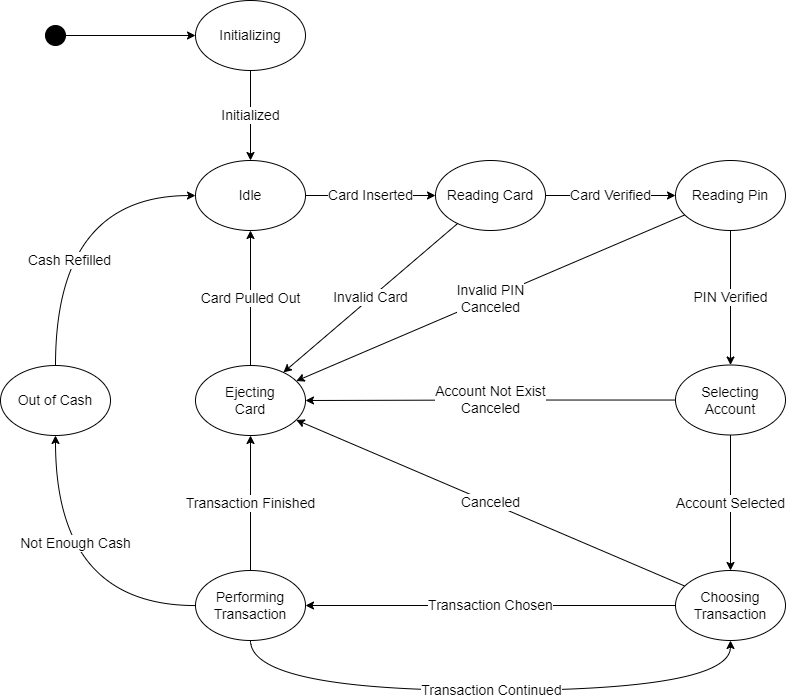
This is figures/AtmState.png from siwook-choi/MyAtmMachine, a draw.io export, as it was before one commit. Source tidied: cells renumbered, new cells last; positions are measured from the earlier drawing's top-left corner, leaving out a move shared by most shapes.
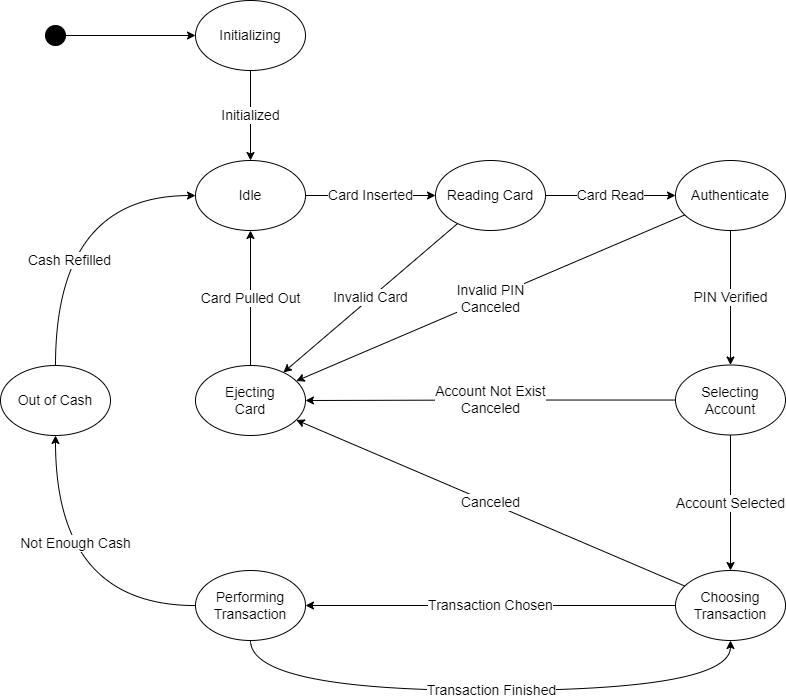
The same diagram one commit later.

Change to the diagram source:
```diff
@@ -8,7 +8,7 @@
     <mxCell id="3" value="Idle" style="ellipse;whiteSpace=wrap;html=1;fontSize=14;" parent="1" vertex="1">
       <mxGeometry x="195" y="160" width="110" height="70" as="geometry" />
     </mxCell>
-    <mxCell id="4" value="Card Verified" style="edgeStyle=orthogonalEdgeStyle;rounded=0;jettySize=auto;html=1;fontSize=14;" parent="1" edge="1" source="6" target="9">
+    <mxCell id="4" value="Card Read" style="edgeStyle=orthogonalEdgeStyle;rounded=0;jettySize=auto;html=1;fontSize=14;" parent="1" edge="1" source="6" target="9">
       <mxGeometry relative="1" as="geometry" />
     </mxCell>
     <mxCell id="5" value="Invalid Card" style="rounded=0;jettySize=auto;html=1;fontSize=14;" parent="1" edge="1" source="6" target="17">
@@ -23,7 +23,7 @@
     <mxCell id="8" value="Invalid PIN&lt;br style=&quot;font-size: 14px;&quot;&gt;Canceled" style="edgeStyle=none;rounded=0;jettySize=auto;html=1;fontSize=14;" parent="1" edge="1" source="9" target="17">
       <mxGeometry relative="1" as="geometry" />
     </mxCell>
-    <mxCell id="9" value="Reading Pin" style="ellipse;whiteSpace=wrap;html=1;fontSize=14;" parent="1" vertex="1">
+    <mxCell id="9" value="Authenticate" style="ellipse;whiteSpace=wrap;html=1;fontSize=14;" parent="1" vertex="1">
       <mxGeometry x="675" y="160" width="110" height="70" as="geometry" />
     </mxCell>
     <mxCell id="10" value="Account Selected" style="edgeStyle=orthogonalEdgeStyle;rounded=0;jettySize=auto;html=1;fontSize=14;" parent="1" edge="1" source="12" target="15">
@@ -38,7 +38,7 @@
     <mxCell id="13" value="Canceled" style="edgeStyle=none;rounded=0;jettySize=auto;html=1;fontSize=14;" parent="1" edge="1" source="15" target="17">
       <mxGeometry relative="1" as="geometry" />
     </mxCell>
-    <mxCell id="14" value="Transaction Chosen" style="rounded=0;jettySize=auto;html=1;fontSize=14;" parent="1" edge="1" source="15" target="21">
+    <mxCell id="14" value="Transaction Chosen" style="rounded=0;jettySize=auto;html=1;fontSize=14;edgeStyle=orthogonalEdgeStyle;curved=1;" parent="1" edge="1" source="15" target="21">
       <mxGeometry relative="1" as="geometry" />
     </mxCell>
     <mxCell id="15" value="Choosing&lt;br style=&quot;font-size: 14px;&quot;&gt;Transaction" style="ellipse;whiteSpace=wrap;html=1;fontSize=14;" parent="1" vertex="1">
@@ -50,13 +50,10 @@
     <mxCell id="17" value="Ejecting&lt;br style=&quot;font-size: 14px;&quot;&gt;Card" style="ellipse;whiteSpace=wrap;html=1;fontSize=14;" parent="1" vertex="1">
       <mxGeometry x="195" y="365" width="110" height="70" as="geometry" />
     </mxCell>
-    <mxCell id="18" value="Transaction Finished" style="rounded=0;jettySize=auto;html=1;fontSize=14;" parent="1" edge="1" source="21" target="17">
-      <mxGeometry relative="1" as="geometry" />
-    </mxCell>
     <mxCell id="19" value="Not Enough Cash" style="edgeStyle=orthogonalEdgeStyle;curved=1;rounded=0;jettySize=auto;html=1;fontSize=14;" parent="1" edge="1" source="21" target="25">
       <mxGeometry x="0.3" y="-20" relative="1" as="geometry" />
     </mxCell>
-    <mxCell id="20" value="Transaction Continued" style="edgeStyle=orthogonalEdgeStyle;curved=1;rounded=0;jettySize=auto;html=1;fontSize=14;" parent="1" edge="1" source="21" target="15">
+    <mxCell id="20" value="Transaction Finished" style="edgeStyle=orthogonalEdgeStyle;curved=1;rounded=0;jettySize=auto;html=1;fontSize=14;" parent="1" edge="1" source="21" target="15">
       <mxGeometry relative="1" as="geometry">
         <Array as="points">
           <mxPoint x="250" y="690" />
```
